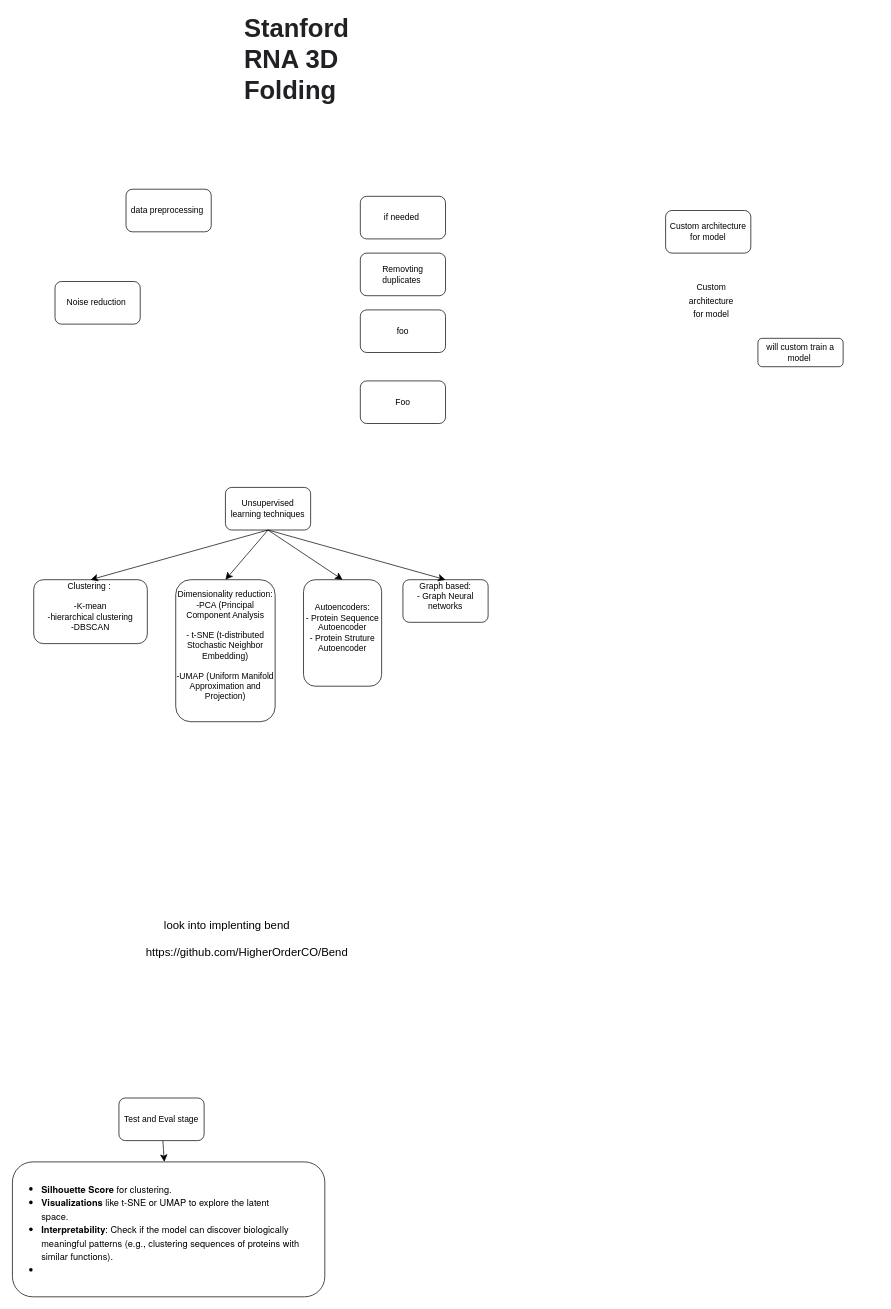
This is competition_flowchart.drawio from spinxog/RNA3DNet, a draw.io file, before an edit. Source tidied: cells renumbered, new cells numbered last; positions are measured from the earlier drawing's top-left corner, leaving out a move shared by most shapes. Both pictures are drawn from the tidied source at 71%, with x=0, y=0 at pixel (12, 40).
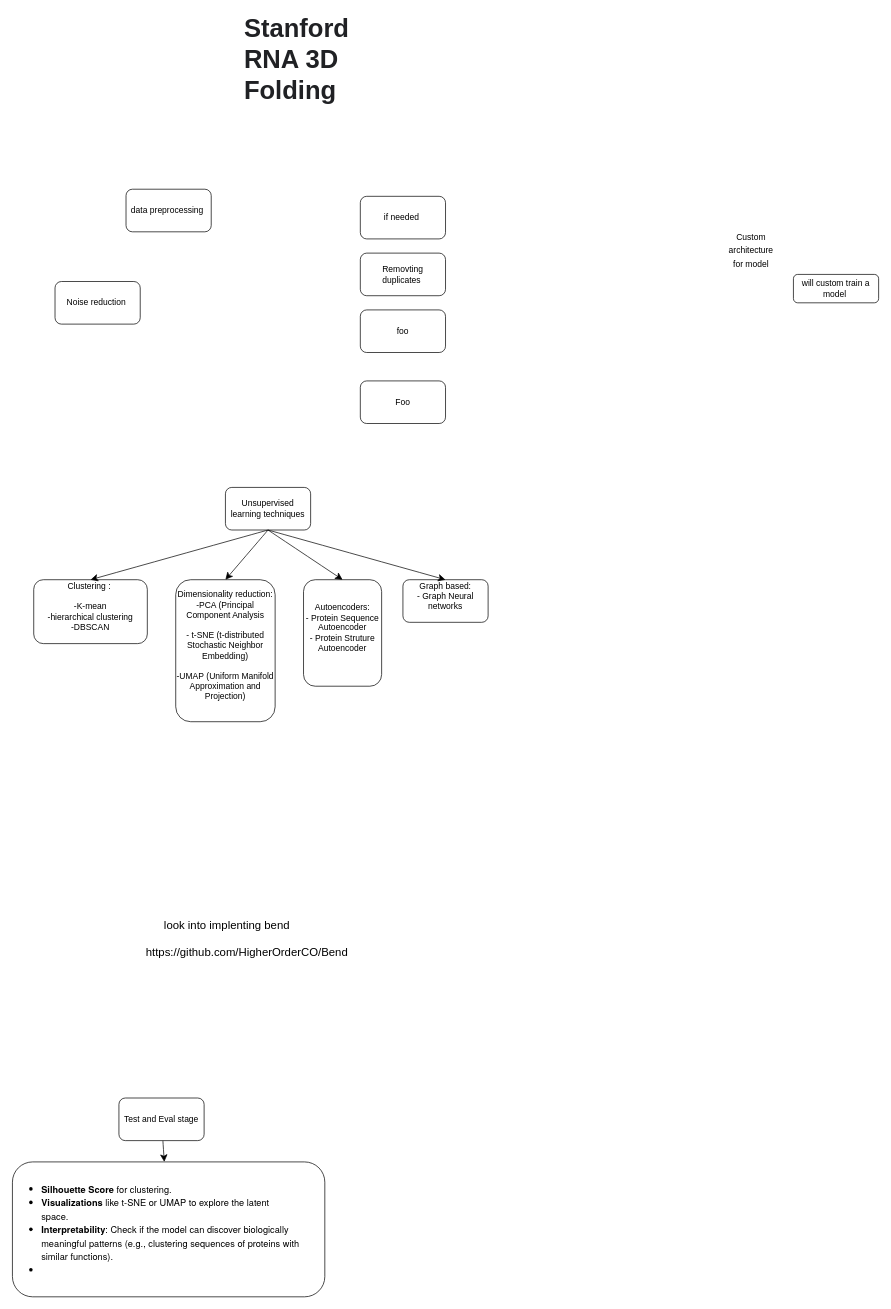
After the change.

Commit message:
custom infastruture

Diff of the diagram source:
```diff
@@
-    <mxCell id="23" value="Custom architecture for model" style="rounded=1;whiteSpace=wrap;html=1;" parent="1" vertex="1">
-      <mxGeometry x="920" y="240" width="120" height="60" as="geometry" />
-    </mxCell>
     <mxCell id="24" value="will custom train a model&amp;nbsp;" style="rounded=1;whiteSpace=wrap;html=1;" parent="1" vertex="1">
-      <mxGeometry x="1050" y="420" width="120" height="40" as="geometry" />
+      <mxGeometry x="1100" y="330" width="120" height="40" as="geometry" />
     </mxCell>
     <mxCell id="25" value="&lt;span style=&quot;font-size: 12px; text-wrap-mode: wrap;&quot;&gt;Custom architecture for model&lt;/span&gt;" style="text;html=1;align=center;verticalAlign=middle;strokeColor=none;fillColor=none;fontSize=16;" parent="1" vertex="1">
-      <mxGeometry x="894" y="351" width="180" height="30" as="geometry" />
+      <mxGeometry x="950" y="280" width="180" height="30" as="geometry" />
     </mxCell>
```
